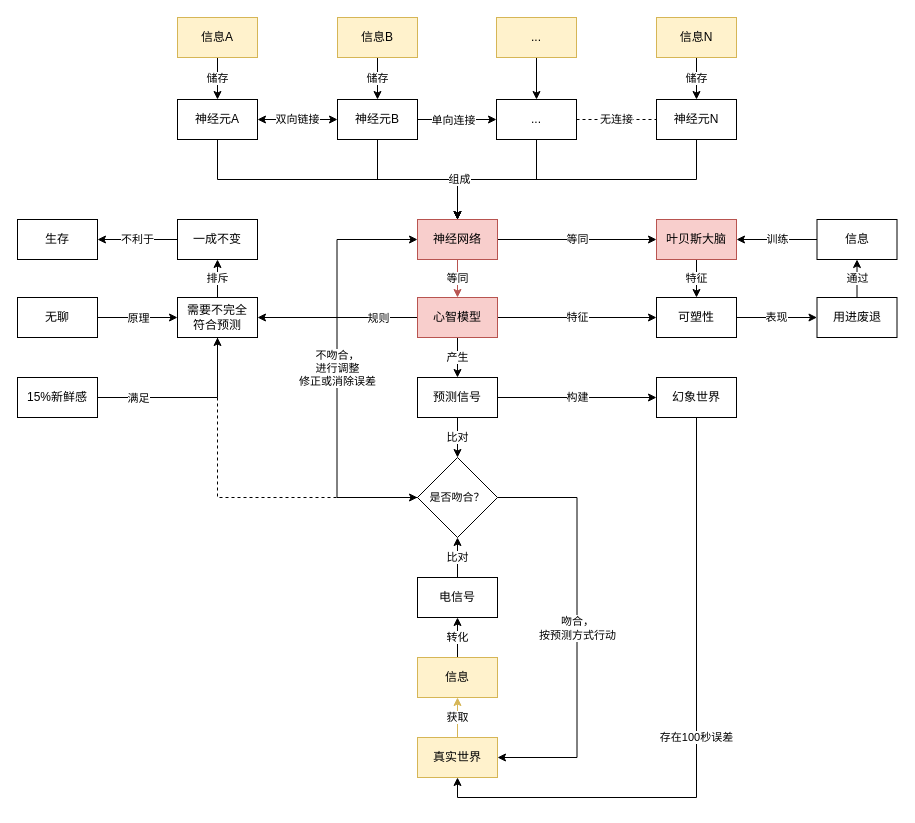
This is 大脑原理-预测.drawio from youyusan/open_mind, a draw.io file, before an edit. Source tidied: cells renumbered, new cells numbered last; positions are measured from the earlier drawing's top-left corner, leaving out a move shared by most shapes. Both pictures are drawn from the tidied source at 100%, with x=0, y=0 at pixel (17, 17).
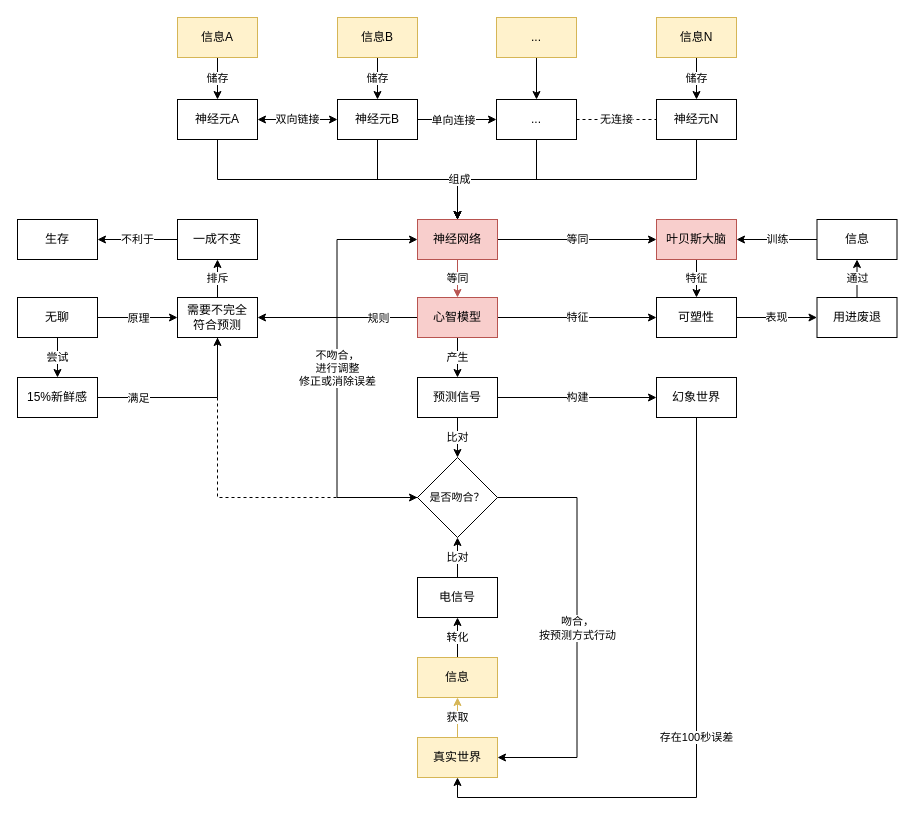
The same page after the edit.

Commit message (it also covers changes not shown here):
更新大脑原理-预测.drawio

The change refers to these unchanged cells:
```xml
<mxCell id="57" value="无聊" style="rounded=0;whiteSpace=wrap;html=1;" parent="1" vertex="1">
  <mxGeometry y="280" width="80" height="40" as="geometry" />
</mxCell>
<mxCell id="64" value="15%新鲜感" style="rounded=0;whiteSpace=wrap;html=1;" parent="1" vertex="1">
  <mxGeometry y="360" width="80" height="40" as="geometry" />
</mxCell>
```

The edit, as a diff of the source:
```diff
@@
+    <mxCell id="65" value="尝试" style="edgeStyle=orthogonalEdgeStyle;rounded=0;jettySize=auto;html=1;" parent="1" edge="1" source="57" target="64">
+      <mxGeometry relative="1" as="geometry" />
+    </mxCell>
```
